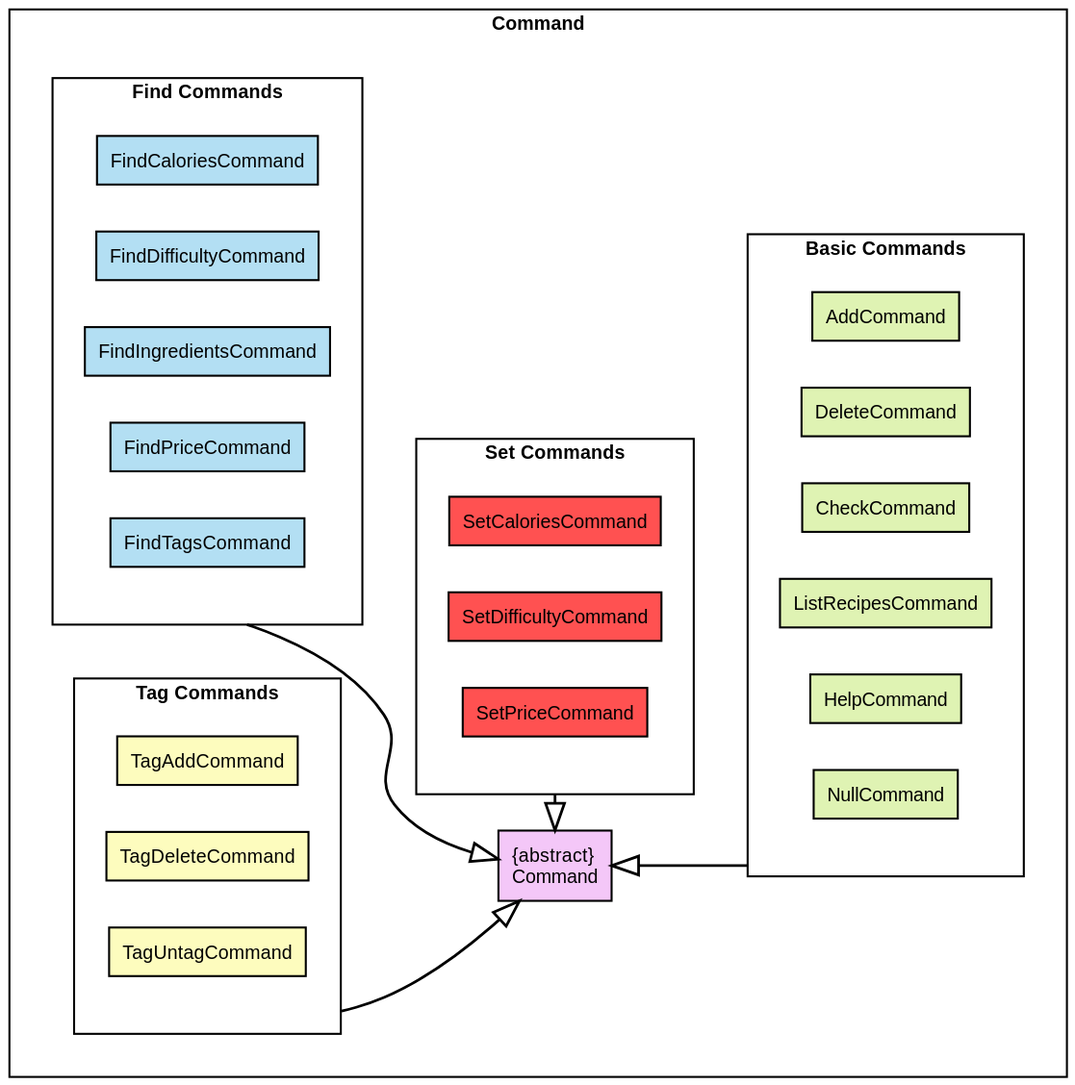
Above: docs/RenderedUML/CommandRects.svg in nus-cs2113-AY2122S1/tp (PlantUML), before the change.
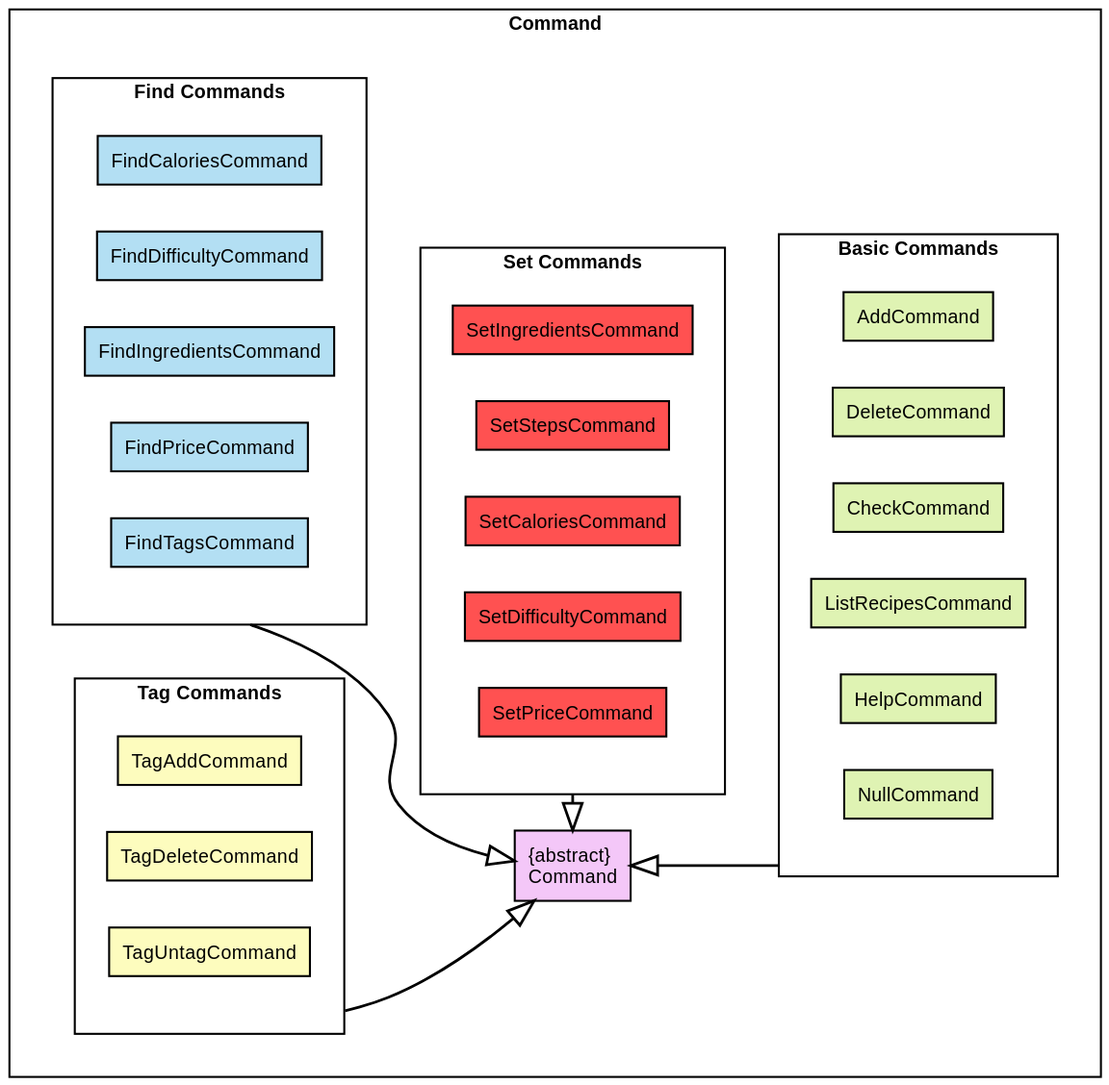
Later version of the same file.

Change to the diagram source:
```diff
@@ -2,6 +2,9 @@
 !include Style.puml
 skinparam ArrowColor black
 left to right direction
+
+hide empty fields
+hide empty methods
 
 rectangle "Command" {
     rectangle "{abstract}\nCommand" LOGIC_PINK_1 {
@@ -45,6 +48,12 @@
     }
 
     rectangle "Set Commands" {
+        rectangle SetIngredientsCommand LOGIC_RED_2 {
+        }
+
+        rectangle SetStepsCommand LOGIC_RED_2 {
+        }
+
         rectangle SetCaloriesCommand LOGIC_RED_2 {
         }
 
```
